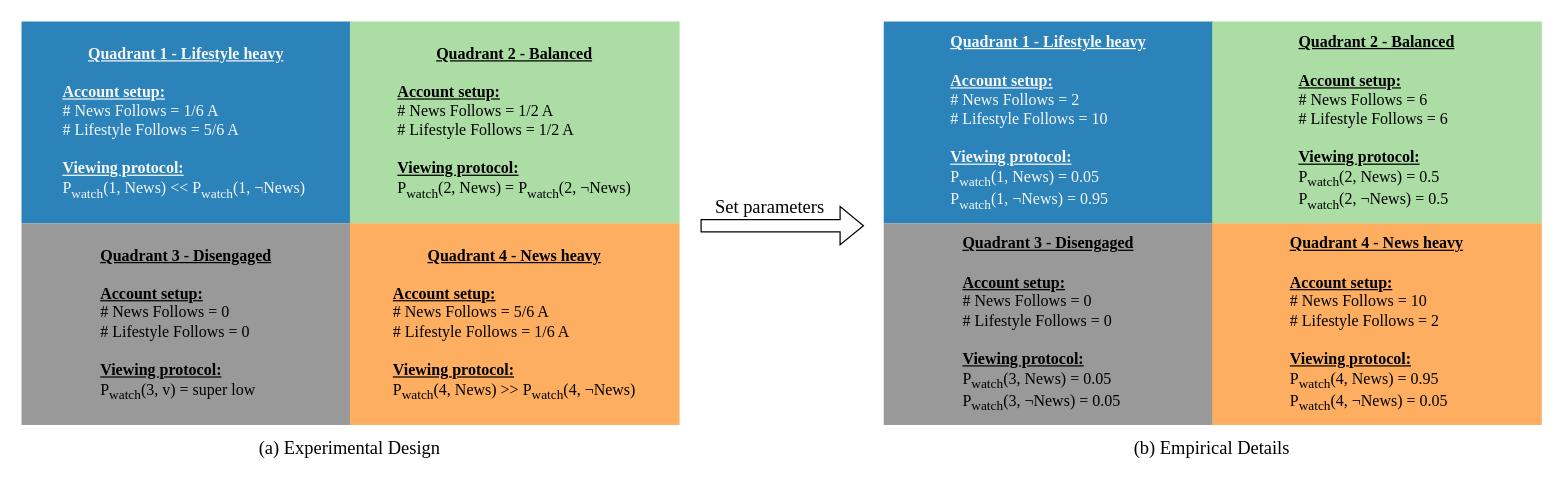
Before: square_quads.drawio in changgge/changgge, a draw.io diagram. Source tidied: cells renumbered, new cells numbered last; positions are measured from the earlier drawing's top-left corner, leaving out a move shared by most shapes. Both pictures are drawn from the tidied source at 123%, with x=0, y=0 at pixel (21, 21).
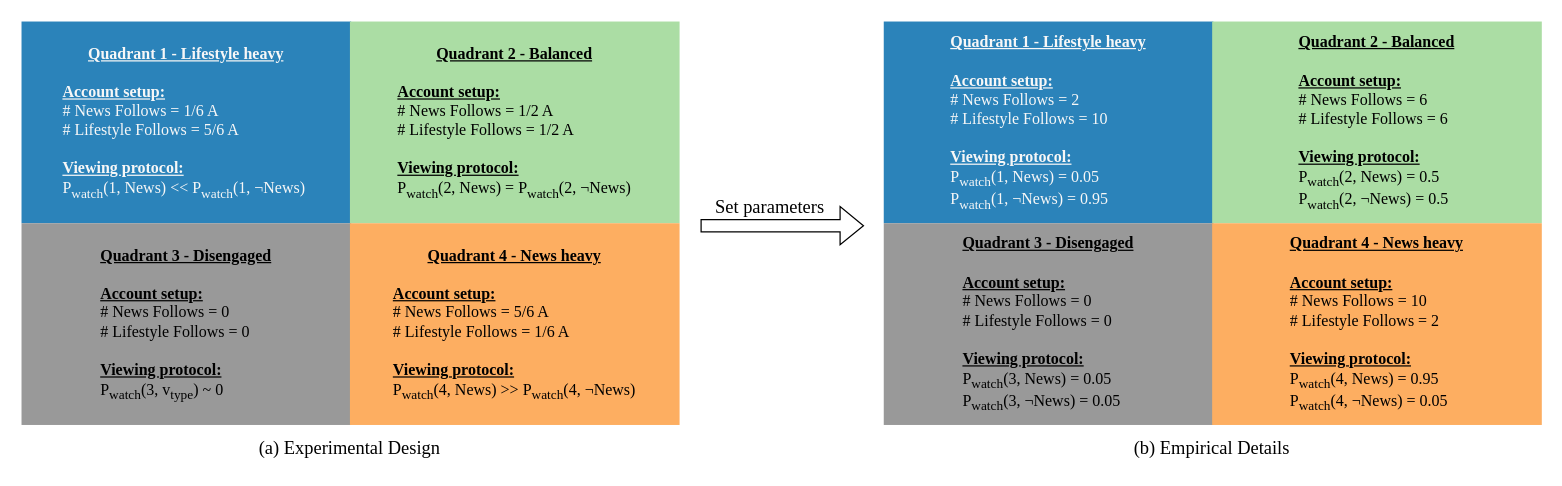
The same diagram, later.

Diff of the diagram source:
```diff
@@
 <mxGraphModel>
   <root>
     <mxCell id="0" />
     <mxCell id="1" parent="0" />
     <mxCell id="2" value="&lt;u&gt;&lt;b&gt;Quadrant 1 - Lifestyle heavy&lt;/b&gt;&lt;/u&gt;&lt;div&gt;&lt;u&gt;&lt;br&gt;&lt;/u&gt;&lt;/div&gt;&lt;div&gt;&lt;div style=&quot;text-align: left;&quot;&gt;&lt;u&gt;&lt;b&gt;Account setup:&lt;/b&gt;&lt;/u&gt;&lt;/div&gt;&lt;div style=&quot;text-align: left;&quot;&gt;# News Follows = 1/6 A&lt;/div&gt;&lt;div&gt;&lt;div style=&quot;text-align: left;&quot;&gt;# Lifestyle Follows = 5/6 A&lt;/div&gt;&lt;div style=&quot;text-align: left;&quot;&gt;&lt;br&gt;&lt;/div&gt;&lt;div style=&quot;text-align: left;&quot;&gt;&lt;u&gt;&lt;b&gt;Viewing protocol:&lt;/b&gt;&lt;/u&gt;&lt;/div&gt;&lt;div style=&quot;text-align: left;&quot;&gt;P&lt;sub&gt;watch&lt;/sub&gt;(1, News) &amp;lt;&amp;lt; P&lt;sub&gt;watch&lt;/sub&gt;(1,&amp;nbsp;¬News)&amp;nbsp;&lt;/div&gt;&lt;/div&gt;&lt;/div&gt;" style="rounded=0;whiteSpace=wrap;html=1;fillColor=#2B83BA;strokeColor=none;fontColor=#F7F7F7;fontFamily=Times New Roman;fontSize=13;" parent="1" vertex="1">
       <mxGeometry width="268" height="164" as="geometry" />
     </mxCell>
     <mxCell id="3" value="&lt;u style=&quot;caret-color: rgb(247, 247, 247);&quot;&gt;&lt;b&gt;Quadrant 2 - Balanced&lt;/b&gt;&lt;/u&gt;&lt;div style=&quot;caret-color: rgb(247, 247, 247);&quot;&gt;&lt;u&gt;&lt;br&gt;&lt;/u&gt;&lt;/div&gt;&lt;div style=&quot;caret-color: rgb(247, 247, 247);&quot;&gt;&lt;div style=&quot;text-align: left;&quot;&gt;&lt;u&gt;&lt;b&gt;Account setup:&lt;/b&gt;&lt;/u&gt;&lt;/div&gt;&lt;div style=&quot;text-align: left;&quot;&gt;&lt;span&gt;# News Follows = 1/2 A&lt;/span&gt;&lt;/div&gt;&lt;div&gt;&lt;div style=&quot;text-align: left;&quot;&gt;&lt;span&gt;# Lifestyle Follows = 1/2 A&amp;nbsp;&lt;/span&gt;&lt;/div&gt;&lt;div style=&quot;text-align: left;&quot;&gt;&lt;span&gt;&lt;br&gt;&lt;/span&gt;&lt;/div&gt;&lt;div style=&quot;text-align: left;&quot;&gt;&lt;u&gt;&lt;b&gt;Viewing protocol:&lt;/b&gt;&lt;/u&gt;&lt;/div&gt;&lt;div style=&quot;text-align: left;&quot;&gt;&lt;span style=&quot;caret-color: rgb(247, 247, 247);&quot;&gt;P&lt;/span&gt;&lt;sub style=&quot;caret-color: rgb(247, 247, 247);&quot;&gt;watch&lt;/sub&gt;(2, News) =&amp;nbsp;&lt;span style=&quot;caret-color: rgb(247, 247, 247);&quot;&gt;&lt;span style=&quot;caret-color: rgb(247, 247, 247);&quot;&gt;P&lt;/span&gt;&lt;sub style=&quot;caret-color: rgb(247, 247, 247);&quot;&gt;watch&lt;/sub&gt;(2,&amp;nbsp;¬News)&lt;/span&gt;&lt;/div&gt;&lt;/div&gt;&lt;/div&gt;" style="rounded=0;whiteSpace=wrap;html=1;fillColor=#ABDDA4;strokeColor=none;fontColor=#000000;fontFamily=Times New Roman;fontSize=13;" parent="1" vertex="1">
       <mxGeometry x="267" width="268" height="164" as="geometry" />
     </mxCell>
-    <mxCell id="4" value="&lt;u style=&quot;caret-color: rgb(247, 247, 247);&quot;&gt;&lt;b style=&quot;color: rgb(0, 0, 0);&quot;&gt;Quadrant 3 - Disengaged&lt;/b&gt;&lt;/u&gt;&lt;div style=&quot;caret-color: rgb(247, 247, 247);&quot;&gt;&lt;u style=&quot;color: rgb(0, 0, 0);&quot;&gt;&lt;br&gt;&lt;/u&gt;&lt;/div&gt;&lt;div style=&quot;caret-color: rgb(247, 247, 247);&quot;&gt;&lt;div style=&quot;text-align: left;&quot;&gt;&lt;u&gt;&lt;b style=&quot;color: rgb(0, 0, 0);&quot;&gt;Account setup:&lt;/b&gt;&lt;/u&gt;&lt;/div&gt;&lt;div style=&quot;text-align: left;&quot;&gt;&lt;span style=&quot;color: rgb(0, 0, 0);&quot;&gt;# News Follows = 0&lt;/span&gt;&lt;/div&gt;&lt;div&gt;&lt;div style=&quot;text-align: left;&quot;&gt;&lt;span style=&quot;color: rgb(0, 0, 0);&quot;&gt;# Lifestyle Follows = 0&lt;/span&gt;&lt;/div&gt;&lt;div style=&quot;text-align: left;&quot;&gt;&lt;span style=&quot;color: rgb(0, 0, 0);&quot;&gt;&lt;br&gt;&lt;/span&gt;&lt;/div&gt;&lt;div style=&quot;text-align: left;&quot;&gt;&lt;u&gt;&lt;b style=&quot;color: rgb(0, 0, 0);&quot;&gt;Viewing protocol:&lt;/b&gt;&lt;/u&gt;&lt;/div&gt;&lt;div style=&quot;text-align: left;&quot;&gt;&lt;span style=&quot;color: rgb(0, 0, 0);&quot;&gt;&lt;span style=&quot;caret-color: rgb(247, 247, 247);&quot;&gt;P&lt;/span&gt;&lt;sub style=&quot;caret-color: rgb(247, 247, 247);&quot;&gt;watch&lt;/sub&gt;(3, v&lt;span style=&quot;caret-color: rgb(247, 247, 247);&quot;&gt;) = super low&lt;/span&gt;&lt;/span&gt;&lt;/div&gt;&lt;/div&gt;&lt;/div&gt;" style="rounded=0;whiteSpace=wrap;html=1;fillColor=#999999;strokeColor=none;fontColor=#000000;fontFamily=Times New Roman;fontSize=13;" parent="1" vertex="1">
+    <mxCell id="4" value="&lt;u style=&quot;caret-color: rgb(247, 247, 247);&quot;&gt;&lt;b style=&quot;color: rgb(0, 0, 0);&quot;&gt;Quadrant 3 - Disengaged&lt;/b&gt;&lt;/u&gt;&lt;div style=&quot;caret-color: rgb(247, 247, 247);&quot;&gt;&lt;u style=&quot;color: rgb(0, 0, 0);&quot;&gt;&lt;br&gt;&lt;/u&gt;&lt;/div&gt;&lt;div style=&quot;caret-color: rgb(247, 247, 247);&quot;&gt;&lt;div style=&quot;text-align: left;&quot;&gt;&lt;u&gt;&lt;b style=&quot;color: rgb(0, 0, 0);&quot;&gt;Account setup:&lt;/b&gt;&lt;/u&gt;&lt;/div&gt;&lt;div style=&quot;text-align: left;&quot;&gt;&lt;span style=&quot;color: rgb(0, 0, 0);&quot;&gt;# News Follows = 0&lt;/span&gt;&lt;/div&gt;&lt;div&gt;&lt;div style=&quot;text-align: left;&quot;&gt;&lt;span style=&quot;color: rgb(0, 0, 0);&quot;&gt;# Lifestyle Follows = 0&lt;/span&gt;&lt;/div&gt;&lt;div style=&quot;text-align: left;&quot;&gt;&lt;span style=&quot;color: rgb(0, 0, 0);&quot;&gt;&lt;br&gt;&lt;/span&gt;&lt;/div&gt;&lt;div style=&quot;text-align: left;&quot;&gt;&lt;u&gt;&lt;b style=&quot;color: rgb(0, 0, 0);&quot;&gt;Viewing protocol:&lt;/b&gt;&lt;/u&gt;&lt;/div&gt;&lt;div style=&quot;text-align: left;&quot;&gt;&lt;span style=&quot;color: rgb(0, 0, 0);&quot;&gt;&lt;span style=&quot;caret-color: rgb(247, 247, 247);&quot;&gt;P&lt;/span&gt;&lt;sub style=&quot;caret-color: rgb(247, 247, 247);&quot;&gt;watch&lt;/sub&gt;(3, v&lt;sub&gt;type&lt;/sub&gt;&lt;span style=&quot;caret-color: rgb(247, 247, 247);&quot;&gt;) ~ 0&lt;/span&gt;&lt;/span&gt;&lt;/div&gt;&lt;/div&gt;&lt;/div&gt;" style="rounded=0;whiteSpace=wrap;html=1;fillColor=#999999;strokeColor=none;fontColor=#000000;fontFamily=Times New Roman;fontSize=13;" parent="1" vertex="1">
       <mxGeometry y="164" width="268" height="164" as="geometry" />
     </mxCell>
     <mxCell id="5" value="&lt;u&gt;&lt;b&gt;Quadrant 4 - News heavy&lt;/b&gt;&lt;/u&gt;&lt;div&gt;&lt;u&gt;&lt;br&gt;&lt;/u&gt;&lt;/div&gt;&lt;div&gt;&lt;div style=&quot;text-align: left;&quot;&gt;&lt;u&gt;&lt;b&gt;Account setup:&lt;/b&gt;&lt;/u&gt;&lt;/div&gt;&lt;div style=&quot;text-align: left;&quot;&gt;# News Follows = 5/6 A&lt;/div&gt;&lt;div&gt;&lt;div style=&quot;text-align: left;&quot;&gt;# Lifestyle Follows = 1/6 A&amp;nbsp;&lt;/div&gt;&lt;div style=&quot;text-align: left;&quot;&gt;&lt;br&gt;&lt;/div&gt;&lt;div style=&quot;text-align: left;&quot;&gt;&lt;u&gt;&lt;b&gt;Viewing protocol:&lt;/b&gt;&lt;/u&gt;&lt;/div&gt;&lt;div style=&quot;text-align: left;&quot;&gt;&lt;span style=&quot;caret-color: rgb(247, 247, 247);&quot;&gt;P&lt;/span&gt;&lt;sub style=&quot;caret-color: rgb(247, 247, 247);&quot;&gt;watch&lt;/sub&gt;(4, News) &amp;gt;&amp;gt;&amp;nbsp;&lt;span style=&quot;caret-color: rgb(247, 247, 247);&quot;&gt;P&lt;/span&gt;&lt;sub style=&quot;caret-color: rgb(247, 247, 247);&quot;&gt;watch&lt;/sub&gt;(4,&amp;nbsp;¬News)&lt;/div&gt;&lt;/div&gt;&lt;/div&gt;" style="rounded=0;whiteSpace=wrap;html=1;fillColor=#FDAE61;strokeColor=none;fontColor=#000000;fontFamily=Times New Roman;fontSize=13;" parent="1" vertex="1">
       <mxGeometry x="267" y="164" width="268" height="164" as="geometry" />
     </mxCell>
     <mxCell id="6" value="(a) Experimental Design" style="text;html=1;align=center;verticalAlign=middle;whiteSpace=wrap;rounded=0;fontFamily=Times New Roman;fontSize=15;" parent="1" vertex="1">
       <mxGeometry x="172" y="331" width="190" height="30" as="geometry" />
     </mxCell>
     <mxCell id="7" value="&lt;u&gt;&lt;b&gt;Quadrant 1 - Lifestyle heavy&lt;/b&gt;&lt;/u&gt;&lt;div&gt;&lt;u&gt;&lt;br&gt;&lt;/u&gt;&lt;/div&gt;&lt;div&gt;&lt;div style=&quot;text-align: left;&quot;&gt;&lt;u&gt;&lt;b&gt;Account setup:&lt;/b&gt;&lt;/u&gt;&lt;/div&gt;&lt;div style=&quot;text-align: left;&quot;&gt;# News Follows = 2&lt;/div&gt;&lt;div&gt;&lt;div style=&quot;text-align: left;&quot;&gt;# Lifestyle Follows = 10&lt;/div&gt;&lt;div style=&quot;text-align: left;&quot;&gt;&lt;br&gt;&lt;/div&gt;&lt;div style=&quot;text-align: left;&quot;&gt;&lt;u&gt;&lt;b&gt;Viewing protocol:&lt;/b&gt;&lt;/u&gt;&lt;/div&gt;&lt;div style=&quot;text-align: left;&quot;&gt;P&lt;sub&gt;watch&lt;/sub&gt;(1, News) = 0.05&lt;br&gt;&lt;/div&gt;&lt;/div&gt;&lt;div style=&quot;text-align: left;&quot;&gt;P&lt;sub&gt;watch&lt;/sub&gt;(1,&amp;nbsp;&lt;span&gt;¬&lt;/span&gt;News) = 0.95&lt;/div&gt;&lt;/div&gt;" style="rounded=0;whiteSpace=wrap;html=1;fillColor=#2B83BA;strokeColor=none;fontColor=#F7F7F7;fontFamily=Times New Roman;fontSize=13;" parent="1" vertex="1">
       <mxGeometry x="701" width="268" height="164" as="geometry" />
     </mxCell>
     <mxCell id="8" value="&lt;u style=&quot;caret-color: rgb(247, 247, 247);&quot;&gt;&lt;b&gt;Quadrant 2 - Balanced&lt;/b&gt;&lt;/u&gt;&lt;div style=&quot;caret-color: rgb(247, 247, 247);&quot;&gt;&lt;u&gt;&lt;br&gt;&lt;/u&gt;&lt;/div&gt;&lt;div style=&quot;caret-color: rgb(247, 247, 247);&quot;&gt;&lt;div style=&quot;text-align: left;&quot;&gt;&lt;u&gt;&lt;b&gt;Account setup:&lt;/b&gt;&lt;/u&gt;&lt;/div&gt;&lt;div style=&quot;text-align: left;&quot;&gt;&lt;span&gt;# News Follows = 6&lt;/span&gt;&lt;/div&gt;&lt;div&gt;&lt;div style=&quot;text-align: left;&quot;&gt;&lt;span&gt;# Lifestyle Follows = 6&amp;nbsp;&lt;/span&gt;&lt;/div&gt;&lt;div style=&quot;text-align: left;&quot;&gt;&lt;span&gt;&lt;br&gt;&lt;/span&gt;&lt;/div&gt;&lt;div style=&quot;text-align: left;&quot;&gt;&lt;u&gt;&lt;b&gt;Viewing protocol:&lt;/b&gt;&lt;/u&gt;&lt;/div&gt;&lt;div style=&quot;text-align: left;&quot;&gt;&lt;span style=&quot;caret-color: rgb(247, 247, 247);&quot;&gt;P&lt;/span&gt;&lt;sub style=&quot;caret-color: rgb(247, 247, 247);&quot;&gt;watch&lt;/sub&gt;(2, News) =&amp;nbsp;0.5&lt;br&gt;&lt;/div&gt;&lt;/div&gt;&lt;div style=&quot;text-align: left;&quot;&gt;&lt;span style=&quot;caret-color: rgb(247, 247, 247);&quot;&gt;P&lt;/span&gt;&lt;sub style=&quot;caret-color: rgb(247, 247, 247);&quot;&gt;watch&lt;/sub&gt;&lt;span&gt;(2,&amp;nbsp;¬News) = 0.5&lt;/span&gt;&lt;/div&gt;&lt;/div&gt;" style="rounded=0;whiteSpace=wrap;html=1;fillColor=#ABDDA4;strokeColor=none;fontColor=#000000;fontFamily=Times New Roman;fontSize=13;" parent="1" vertex="1">
       <mxGeometry x="968" width="268" height="164" as="geometry" />
     </mxCell>
     <mxCell id="9" value="&lt;u style=&quot;caret-color: rgb(247, 247, 247);&quot;&gt;&lt;b&gt;Quadrant 3 - Disengaged&lt;/b&gt;&lt;/u&gt;&lt;div style=&quot;caret-color: rgb(247, 247, 247);&quot;&gt;&lt;u&gt;&lt;br&gt;&lt;/u&gt;&lt;/div&gt;&lt;div style=&quot;caret-color: rgb(247, 247, 247);&quot;&gt;&lt;div style=&quot;text-align: left;&quot;&gt;&lt;u&gt;&lt;b&gt;Account setup:&lt;/b&gt;&lt;/u&gt;&lt;/div&gt;&lt;div style=&quot;text-align: left;&quot;&gt;# News Follows = 0&lt;/div&gt;&lt;div&gt;&lt;div style=&quot;text-align: left;&quot;&gt;# Lifestyle Follows = 0&lt;/div&gt;&lt;div style=&quot;text-align: left;&quot;&gt;&lt;br&gt;&lt;/div&gt;&lt;div style=&quot;text-align: left;&quot;&gt;&lt;u&gt;&lt;b&gt;Viewing protocol:&lt;/b&gt;&lt;/u&gt;&lt;/div&gt;&lt;div style=&quot;text-align: left;&quot;&gt;&lt;span style=&quot;caret-color: rgb(247, 247, 247);&quot;&gt;P&lt;/span&gt;&lt;sub style=&quot;caret-color: rgb(247, 247, 247);&quot;&gt;watch&lt;/sub&gt;(3, News) = 0.05&lt;br&gt;&lt;/div&gt;&lt;/div&gt;&lt;div style=&quot;text-align: left;&quot;&gt;&lt;span style=&quot;caret-color: rgb(247, 247, 247);&quot;&gt;P&lt;/span&gt;&lt;sub style=&quot;caret-color: rgb(247, 247, 247);&quot;&gt;watch&lt;/sub&gt;(3,&amp;nbsp;¬News) = 0.05&lt;/div&gt;&lt;/div&gt;" style="rounded=0;whiteSpace=wrap;html=1;fillColor=#999999;strokeColor=none;fontColor=#000000;fontFamily=Times New Roman;fontSize=13;" parent="1" vertex="1">
       <mxGeometry x="701" y="164" width="268" height="164" as="geometry" />
     </mxCell>
     <mxCell id="10" value="&lt;u&gt;&lt;b&gt;Quadrant 4 - News heavy&lt;/b&gt;&lt;/u&gt;&lt;div&gt;&lt;u&gt;&lt;br&gt;&lt;/u&gt;&lt;/div&gt;&lt;div&gt;&lt;div style=&quot;text-align: left;&quot;&gt;&lt;u&gt;&lt;b&gt;Account setup:&lt;/b&gt;&lt;/u&gt;&lt;/div&gt;&lt;div style=&quot;text-align: left;&quot;&gt;# News Follows = 10&lt;/div&gt;&lt;div&gt;&lt;div style=&quot;text-align: left;&quot;&gt;# Lifestyle Follows = 2&lt;/div&gt;&lt;div style=&quot;text-align: left;&quot;&gt;&lt;br&gt;&lt;/div&gt;&lt;div style=&quot;text-align: left;&quot;&gt;&lt;u&gt;&lt;b&gt;Viewing protocol:&lt;/b&gt;&lt;/u&gt;&lt;/div&gt;&lt;div style=&quot;text-align: left;&quot;&gt;&lt;span style=&quot;caret-color: rgb(247, 247, 247);&quot;&gt;P&lt;/span&gt;&lt;sub style=&quot;caret-color: rgb(247, 247, 247);&quot;&gt;watch&lt;/sub&gt;(4, News) = 0.95&lt;br&gt;&lt;/div&gt;&lt;/div&gt;&lt;div style=&quot;text-align: left;&quot;&gt;&lt;span style=&quot;caret-color: rgb(247, 247, 247);&quot;&gt;P&lt;/span&gt;&lt;sub style=&quot;caret-color: rgb(247, 247, 247);&quot;&gt;watch&lt;/sub&gt;(4,&amp;nbsp;¬News) = 0.05&lt;/div&gt;&lt;/div&gt;" style="rounded=0;whiteSpace=wrap;html=1;fillColor=#FDAE61;strokeColor=none;fontColor=#000000;fontFamily=Times New Roman;fontSize=13;" parent="1" vertex="1">
       <mxGeometry x="968" y="164" width="268" height="164" as="geometry" />
     </mxCell>
     <mxCell id="11" value="(b) Empirical Details" style="text;html=1;align=center;verticalAlign=middle;whiteSpace=wrap;rounded=0;fontFamily=Times New Roman;fontSize=15;" parent="1" vertex="1">
       <mxGeometry x="873" y="331" width="190" height="30" as="geometry" />
     </mxCell>
     <mxCell id="12" style="shape=flexArrow;endArrow=classic;html=1;rounded=0;" parent="1" edge="1">
       <mxGeometry relative="1" as="geometry">
         <mxPoint x="552" y="166" as="sourcePoint" />
         <mxPoint x="685" y="166" as="targetPoint" />
       </mxGeometry>
     </mxCell>
     <mxCell id="13" value="Set parameters&amp;nbsp;" style="text;html=1;align=center;verticalAlign=middle;whiteSpace=wrap;rounded=0;fontSize=15;fontFamily=Times New Roman;" parent="1" vertex="1">
       <mxGeometry x="558" y="135" width="105" height="30" as="geometry" />
     </mxCell>
   </root>
 </mxGraphModel>
```
